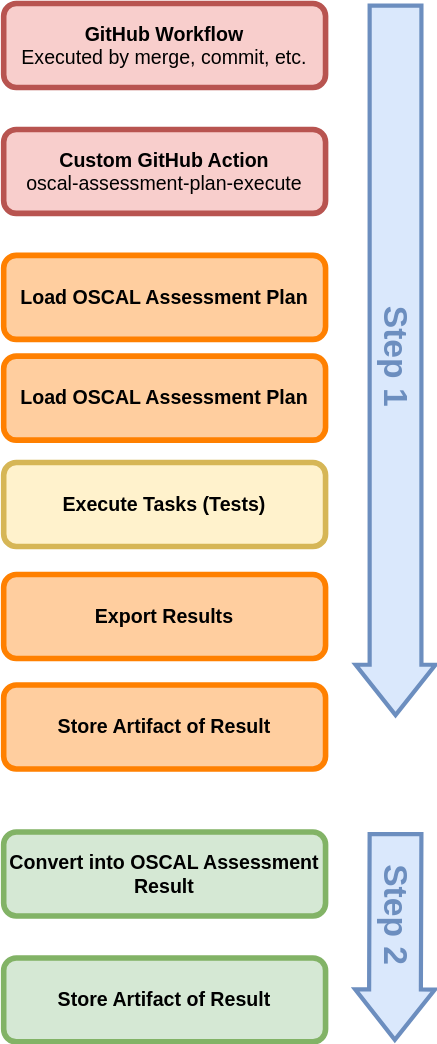
Above: diagrams/Concept.drawio.svg in Compton-US/oscal-workflow (draw.io), before the change. Source tidied: cells renumbered, new cells last; positions are measured from the earlier drawing's top-left corner, leaving out a move shared by most shapes. Its diagram source:
```xml
<mxGraphModel background="#ffffff">
  <root>
    <mxCell id="0" />
    <mxCell id="1" parent="0" />
    <mxCell id="2" value="&lt;b style=&quot;font-size: 14px;&quot;&gt;&lt;font style=&quot;font-size: 14px;&quot;&gt;GitHub Workflow&lt;/font&gt;&lt;/b&gt;&lt;br style=&quot;font-size: 14px;&quot;&gt;Executed by merge, commit, etc." style="rounded=1;whiteSpace=wrap;html=1;fillColor=#f8cecc;strokeColor=#b85450;strokeWidth=4;fontSize=14;fontColor=#000000;" parent="1" vertex="1">
      <mxGeometry width="230" height="60" as="geometry" />
    </mxCell>
    <mxCell id="3" value="&lt;b style=&quot;font-size: 14px;&quot;&gt;&lt;font style=&quot;font-size: 14px;&quot;&gt;Custom GitHub Action&lt;/font&gt;&lt;/b&gt;&lt;br style=&quot;font-size: 14px;&quot;&gt;oscal-assessment-plan-execute" style="rounded=1;whiteSpace=wrap;html=1;fillColor=#f8cecc;strokeColor=#b85450;strokeWidth=4;fontSize=14;fontColor=#000000;" parent="1" vertex="1">
      <mxGeometry y="90" width="230" height="60" as="geometry" />
    </mxCell>
    <mxCell id="4" value="&lt;span style=&quot;font-size: 14px;&quot;&gt;&lt;b style=&quot;font-size: 14px;&quot;&gt;Load OSCAL Assessment Plan&lt;/b&gt;&lt;/span&gt;" style="rounded=1;whiteSpace=wrap;html=1;fillColor=#FFCE9F;strokeColor=#FF8000;strokeWidth=4;fontSize=14;fontColor=#000000;" parent="1" vertex="1">
      <mxGeometry y="180" width="230" height="60" as="geometry" />
    </mxCell>
    <mxCell id="5" value="&lt;span style=&quot;font-size: 14px;&quot;&gt;&lt;b style=&quot;font-size: 14px;&quot;&gt;Execute Tasks (Tests)&lt;/b&gt;&lt;/span&gt;" style="rounded=1;whiteSpace=wrap;html=1;fillColor=#fff2cc;strokeColor=#d6b656;strokeWidth=4;fontSize=14;fontColor=#000000;" parent="1" vertex="1">
      <mxGeometry y="328" width="230" height="60" as="geometry" />
    </mxCell>
    <mxCell id="6" value="&lt;span style=&quot;font-size: 14px;&quot;&gt;&lt;b style=&quot;font-size: 14px;&quot;&gt;Export Results&lt;/b&gt;&lt;/span&gt;" style="rounded=1;whiteSpace=wrap;html=1;fillColor=#FFCE9F;strokeColor=#FF8000;strokeWidth=4;fontSize=14;fontColor=#000000;" parent="1" vertex="1">
      <mxGeometry y="408" width="230" height="60" as="geometry" />
    </mxCell>
    <mxCell id="7" value="&lt;span style=&quot;font-size: 14px;&quot;&gt;&lt;b style=&quot;font-size: 14px;&quot;&gt;Store Artifact of Result&lt;/b&gt;&lt;/span&gt;" style="rounded=1;whiteSpace=wrap;html=1;fillColor=#FFCE9F;strokeColor=#FF8000;strokeWidth=4;fontSize=14;fontColor=#000000;" parent="1" vertex="1">
      <mxGeometry y="487" width="230" height="60" as="geometry" />
    </mxCell>
    <mxCell id="8" style="shape=flexArrow;endArrow=classic;html=1;rounded=0;fontSize=14;fillColor=#dae8fc;strokeColor=#6c8ebf;strokeWidth=3;endWidth=17;endSize=11;width=35;" parent="1" edge="1">
      <mxGeometry relative="1" as="geometry">
        <mxPoint x="280" as="sourcePoint" />
        <mxPoint x="280" y="510" as="targetPoint" />
      </mxGeometry>
    </mxCell>
    <mxCell id="9" value="&lt;span style=&quot;font-size: 14px;&quot;&gt;&lt;b style=&quot;font-size: 14px;&quot;&gt;Convert into OSCAL Assessment Result&lt;/b&gt;&lt;/span&gt;" style="rounded=1;whiteSpace=wrap;html=1;fillColor=#d5e8d4;strokeColor=#82b366;strokeWidth=4;fontSize=14;fontColor=#000000;" parent="1" vertex="1">
      <mxGeometry y="592" width="230" height="60" as="geometry" />
    </mxCell>
    <mxCell id="10" value="&lt;span style=&quot;font-size: 14px;&quot;&gt;&lt;b style=&quot;font-size: 14px;&quot;&gt;Store Artifact of Result&lt;/b&gt;&lt;/span&gt;" style="rounded=1;whiteSpace=wrap;html=1;fillColor=#d5e8d4;strokeColor=#82b366;strokeWidth=4;fontSize=14;fontColor=#000000;" parent="1" vertex="1">
      <mxGeometry y="682" width="230" height="60" as="geometry" />
    </mxCell>
    <mxCell id="11" style="shape=flexArrow;endArrow=classic;html=1;rounded=0;fontSize=14;fillColor=#dae8fc;strokeColor=#6c8ebf;strokeWidth=3;endWidth=17;endSize=11;width=35;" parent="1" edge="1">
      <mxGeometry relative="1" as="geometry">
        <mxPoint x="280" y="592" as="sourcePoint" />
        <mxPoint x="279.5" y="742" as="targetPoint" />
      </mxGeometry>
    </mxCell>
    <mxCell id="12" value="Step 1" style="text;html=1;align=center;verticalAlign=middle;strokeColor=none;fillColor=none;fontSize=24;fontColor=#6C8EBF;rotation=90;fontStyle=1;" parent="1" vertex="1">
      <mxGeometry x="235" y="237" width="90" height="30" as="geometry" />
    </mxCell>
    <mxCell id="13" value="Step 2" style="text;html=1;align=center;verticalAlign=middle;strokeColor=none;fillColor=none;fontSize=24;fontColor=#6C8EBF;rotation=90;fontStyle=1;" parent="1" vertex="1">
      <mxGeometry x="235" y="636" width="90" height="30" as="geometry" />
    </mxCell>
    <mxCell id="14" value="&lt;span style=&quot;font-size: 14px;&quot;&gt;&lt;b style=&quot;font-size: 14px;&quot;&gt;Load OSCAL Assessment Plan&lt;/b&gt;&lt;/span&gt;" style="rounded=1;whiteSpace=wrap;html=1;fillColor=#FFCE9F;strokeColor=#FF8000;strokeWidth=4;fontSize=14;fontColor=#000000;" parent="1" vertex="1">
      <mxGeometry y="252" width="230" height="60" as="geometry" />
    </mxCell>
  </root>
</mxGraphModel>
```
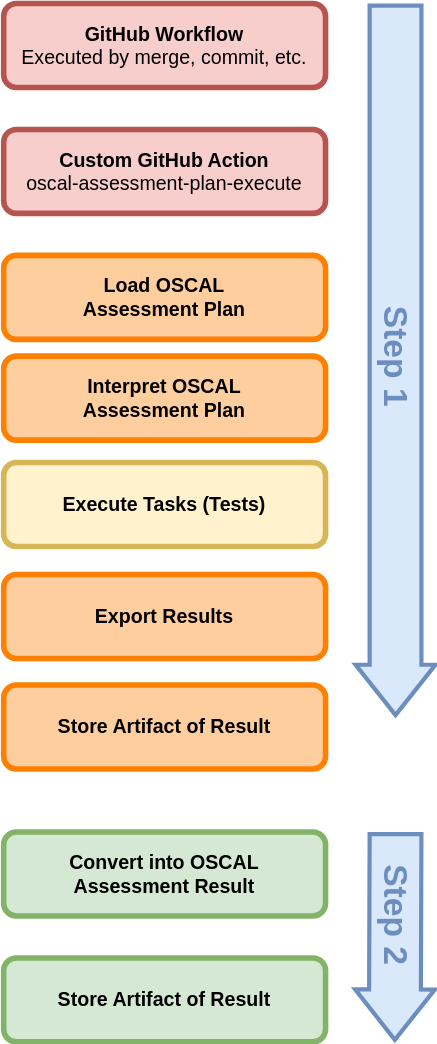
The same diagram one commit later.

Commit message:
Remove duplicate block in concept diagram

Diff of the diagram source:
```diff
@@ -8,7 +8,7 @@
     <mxCell id="3" value="&lt;b style=&quot;font-size: 14px;&quot;&gt;&lt;font style=&quot;font-size: 14px;&quot;&gt;Custom GitHub Action&lt;/font&gt;&lt;/b&gt;&lt;br style=&quot;font-size: 14px;&quot;&gt;oscal-assessment-plan-execute" style="rounded=1;whiteSpace=wrap;html=1;fillColor=#f8cecc;strokeColor=#b85450;strokeWidth=4;fontSize=14;fontColor=#000000;" parent="1" vertex="1">
       <mxGeometry y="90" width="230" height="60" as="geometry" />
     </mxCell>
-    <mxCell id="4" value="&lt;span style=&quot;font-size: 14px;&quot;&gt;&lt;b style=&quot;font-size: 14px;&quot;&gt;Load OSCAL Assessment Plan&lt;/b&gt;&lt;/span&gt;" style="rounded=1;whiteSpace=wrap;html=1;fillColor=#FFCE9F;strokeColor=#FF8000;strokeWidth=4;fontSize=14;fontColor=#000000;" parent="1" vertex="1">
+    <mxCell id="4" value="&lt;span style=&quot;font-size: 14px&quot;&gt;&lt;b style=&quot;font-size: 14px&quot;&gt;Load OSCAL &lt;br&gt;Assessment Plan&lt;/b&gt;&lt;/span&gt;" style="rounded=1;whiteSpace=wrap;html=1;fillColor=#FFCE9F;strokeColor=#FF8000;strokeWidth=4;fontSize=14;fontColor=#000000;" parent="1" vertex="1">
       <mxGeometry y="180" width="230" height="60" as="geometry" />
     </mxCell>
     <mxCell id="5" value="&lt;span style=&quot;font-size: 14px;&quot;&gt;&lt;b style=&quot;font-size: 14px;&quot;&gt;Execute Tasks (Tests)&lt;/b&gt;&lt;/span&gt;" style="rounded=1;whiteSpace=wrap;html=1;fillColor=#fff2cc;strokeColor=#d6b656;strokeWidth=4;fontSize=14;fontColor=#000000;" parent="1" vertex="1">
@@ -26,7 +26,7 @@
         <mxPoint x="280" y="510" as="targetPoint" />
       </mxGeometry>
     </mxCell>
-    <mxCell id="9" value="&lt;span style=&quot;font-size: 14px;&quot;&gt;&lt;b style=&quot;font-size: 14px;&quot;&gt;Convert into OSCAL Assessment Result&lt;/b&gt;&lt;/span&gt;" style="rounded=1;whiteSpace=wrap;html=1;fillColor=#d5e8d4;strokeColor=#82b366;strokeWidth=4;fontSize=14;fontColor=#000000;" parent="1" vertex="1">
+    <mxCell id="9" value="&lt;span style=&quot;font-size: 14px&quot;&gt;&lt;b style=&quot;font-size: 14px&quot;&gt;Convert into OSCAL &lt;br&gt;Assessment Result&lt;/b&gt;&lt;/span&gt;" style="rounded=1;whiteSpace=wrap;html=1;fillColor=#d5e8d4;strokeColor=#82b366;strokeWidth=4;fontSize=14;fontColor=#000000;" parent="1" vertex="1">
       <mxGeometry y="592" width="230" height="60" as="geometry" />
     </mxCell>
     <mxCell id="10" value="&lt;span style=&quot;font-size: 14px;&quot;&gt;&lt;b style=&quot;font-size: 14px;&quot;&gt;Store Artifact of Result&lt;/b&gt;&lt;/span&gt;" style="rounded=1;whiteSpace=wrap;html=1;fillColor=#d5e8d4;strokeColor=#82b366;strokeWidth=4;fontSize=14;fontColor=#000000;" parent="1" vertex="1">
@@ -44,7 +44,7 @@
     <mxCell id="13" value="Step 2" style="text;html=1;align=center;verticalAlign=middle;strokeColor=none;fillColor=none;fontSize=24;fontColor=#6C8EBF;rotation=90;fontStyle=1;" parent="1" vertex="1">
       <mxGeometry x="235" y="636" width="90" height="30" as="geometry" />
     </mxCell>
-    <mxCell id="14" value="&lt;span style=&quot;font-size: 14px;&quot;&gt;&lt;b style=&quot;font-size: 14px;&quot;&gt;Load OSCAL Assessment Plan&lt;/b&gt;&lt;/span&gt;" style="rounded=1;whiteSpace=wrap;html=1;fillColor=#FFCE9F;strokeColor=#FF8000;strokeWidth=4;fontSize=14;fontColor=#000000;" parent="1" vertex="1">
+    <mxCell id="14" value="&lt;span style=&quot;font-size: 14px&quot;&gt;&lt;b style=&quot;font-size: 14px&quot;&gt;Interpret OSCAL &lt;br&gt;Assessment Plan&lt;/b&gt;&lt;/span&gt;" style="rounded=1;whiteSpace=wrap;html=1;fillColor=#FFCE9F;strokeColor=#FF8000;strokeWidth=4;fontSize=14;fontColor=#000000;" parent="1" vertex="1">
       <mxGeometry y="252" width="230" height="60" as="geometry" />
     </mxCell>
   </root>
```
